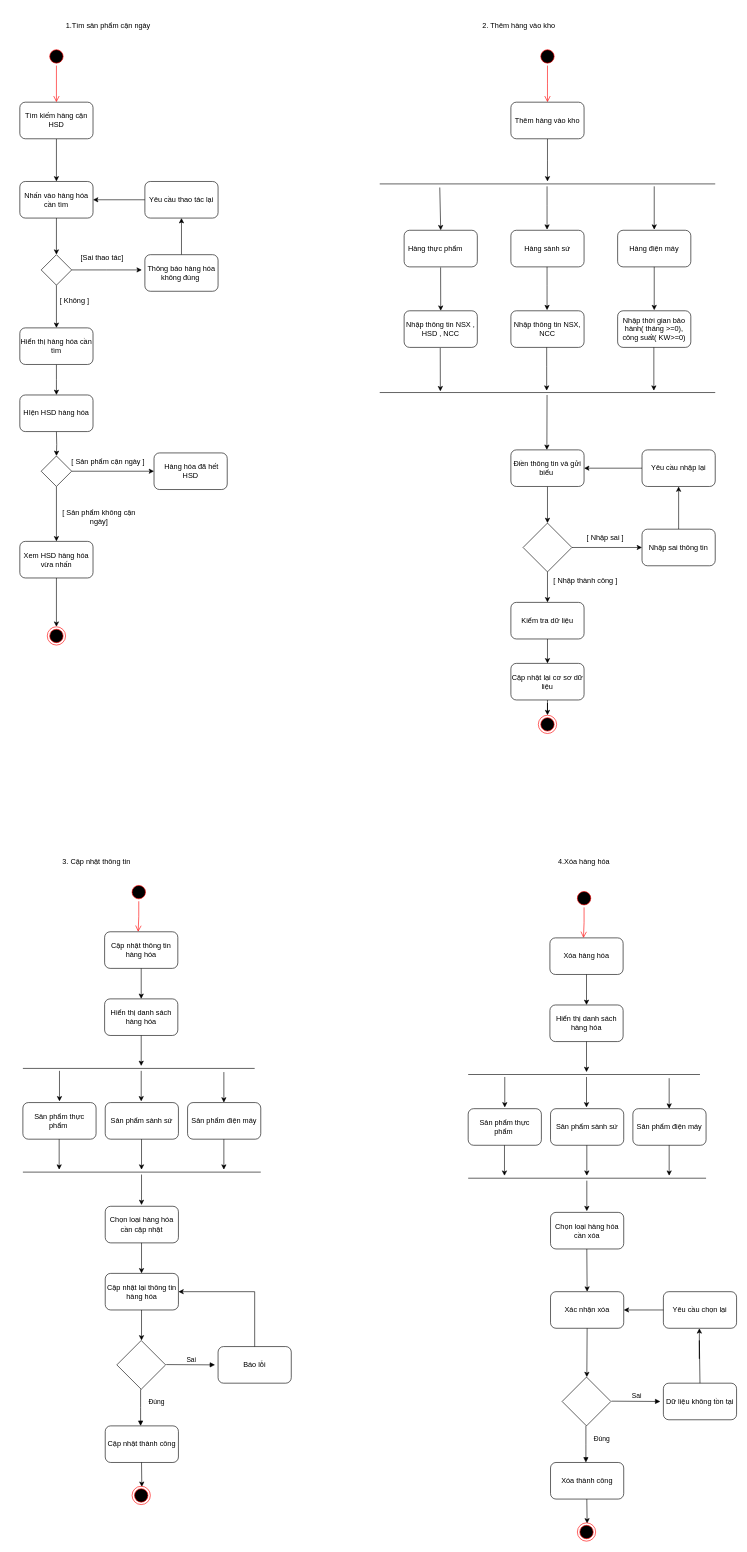
Earlier version of the draw.io diagram page "Activity_diagram" (10 of 11) of Diagrams.drawio (TMChi3n/DesignPattern). Source tidied: cells renumbered, new cells numbered last; positions are measured from the earlier drawing's top-left corner, leaving out a move shared by most shapes. Both pictures are drawn from the tidied source at 61%, with x=0, y=0 at pixel (10, 10).
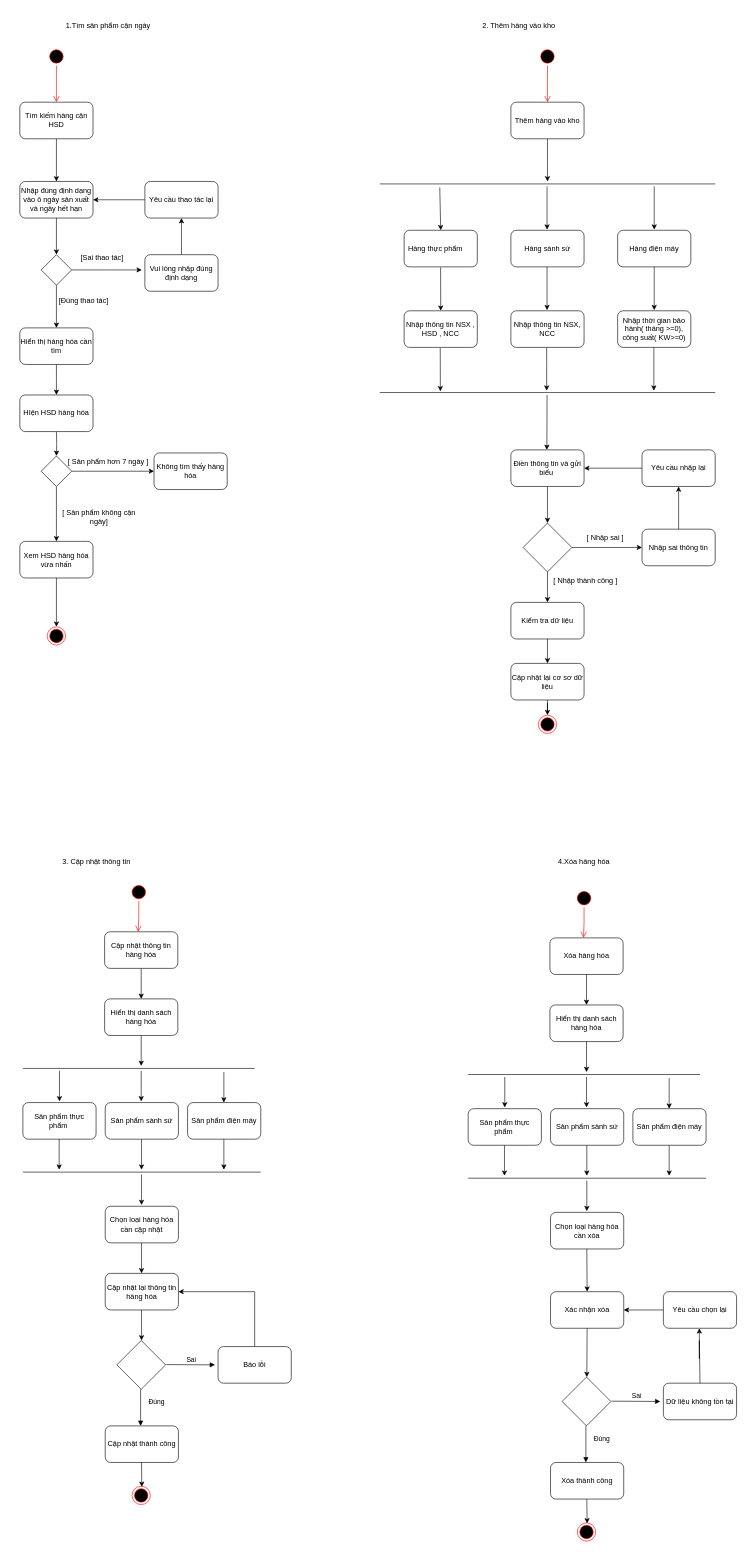
Above is the later version.

Diff of the diagram source:
```diff
@@
-    <mxCell id="7" value="Nhấn vào hàng hóa cần tìm" style="rounded=1;whiteSpace=wrap;html=1;" parent="1" vertex="1">
+    <mxCell id="7" value="Nhập đúng định dạng vào ô ngày sản xuất và ngày hết hạn" style="rounded=1;whiteSpace=wrap;html=1;" parent="1" vertex="1">
       <mxGeometry x="15" y="280" width="120" height="60" as="geometry" />
     </mxCell>
@@
-    <mxCell id="14" value="Thông báo hàng hóa không đúng&amp;nbsp;" style="rounded=1;whiteSpace=wrap;html=1;" parent="1" vertex="1">
+    <mxCell id="14" value="Vui lòng nhập đúng định dạng" style="rounded=1;whiteSpace=wrap;html=1;" parent="1" vertex="1">
       <mxGeometry x="220" y="400" width="120" height="60" as="geometry" />
     </mxCell>
@@
-    <mxCell id="21" value="&amp;nbsp;Hàng hóa đã hết HSD" style="rounded=1;whiteSpace=wrap;html=1;" parent="1" vertex="1">
+    <mxCell id="21" value="Không tìm thấy hàng hóa" style="rounded=1;whiteSpace=wrap;html=1;" parent="1" vertex="1">
       <mxGeometry x="235" y="725" width="120" height="60" as="geometry" />
     </mxCell>
@@
-    <mxCell id="25" value="[ Không ]" style="text;html=1;strokeColor=none;fillColor=none;align=center;verticalAlign=middle;whiteSpace=wrap;rounded=0;" parent="1" vertex="1">
-      <mxGeometry x="75" y="460" width="60" height="30" as="geometry" />
+    <mxCell id="25" value="[Đúng thao tác]" style="text;html=1;strokeColor=none;fillColor=none;align=center;verticalAlign=middle;whiteSpace=wrap;rounded=0;" parent="1" vertex="1">
+      <mxGeometry x="75" y="460" width="90" height="30" as="geometry" />
     </mxCell>
@@
-    <mxCell id="28" value="[ Sản phẩm cận ngày ]" style="text;html=1;strokeColor=none;fillColor=none;align=center;verticalAlign=middle;whiteSpace=wrap;rounded=0;" parent="1" vertex="1">
+    <mxCell id="28" value="[ Sản phẩm hơn 7 ngày ]" style="text;html=1;strokeColor=none;fillColor=none;align=center;verticalAlign=middle;whiteSpace=wrap;rounded=0;" parent="1" vertex="1">
       <mxGeometry x="90" y="725" width="140" height="30" as="geometry" />
     </mxCell>
```
